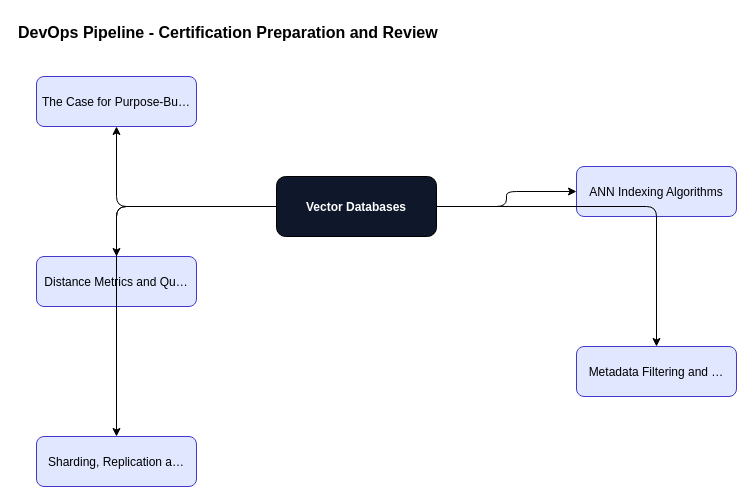
Above: content/vector-databases/vector-databases-foundations/diagrams/fig-033-devops-pipeline.drawio in ankit05121980/AI-University (draw.io), before the change. Source tidied: cells renumbered, new cells numbered last; positions are measured from the earlier drawing's top-left corner, leaving out a move shared by most shapes. Both pictures are drawn from the tidied source at 100%, with x=0, y=0 at pixel (16, 16).
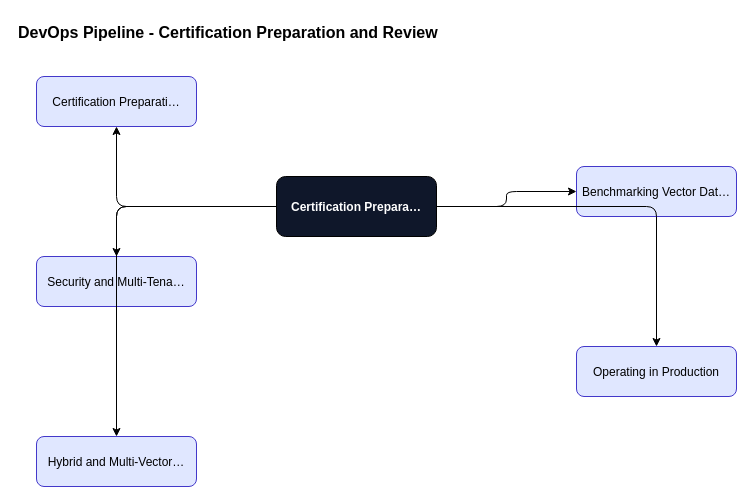
Above is the later version.

Change to the diagram source:
```diff
@@
 <mxGraphModel>
   <root>
     <mxCell id="0" />
     <mxCell id="1" parent="0" />
     <mxCell id="2" value="DevOps Pipeline - Certification Preparation and Review" style="text;fontSize=16;fontStyle=1;" parent="1" vertex="1">
       <mxGeometry width="600" height="30" as="geometry" />
     </mxCell>
-    <mxCell id="3" value="Vector Databases" style="rounded=1;fillColor=#0f172a;fontColor=#ffffff;fontStyle=1;" parent="1" vertex="1">
+    <mxCell id="3" value="Certification Prepara…" style="rounded=1;fillColor=#0f172a;fontColor=#ffffff;fontStyle=1;" parent="1" vertex="1">
       <mxGeometry x="260" y="160" width="160" height="60" as="geometry" />
     </mxCell>
-    <mxCell id="4" value="The Case for Purpose-Bu…" style="rounded=1;fillColor=#e0e7ff;strokeColor=#4338ca;" parent="1" vertex="1">
+    <mxCell id="4" value="Certification Preparati…" style="rounded=1;fillColor=#e0e7ff;strokeColor=#4338ca;" parent="1" vertex="1">
       <mxGeometry x="20" y="60" width="160" height="50" as="geometry" />
     </mxCell>
     <mxCell id="5" style="edgeStyle=orthogonalEdgeStyle;" parent="1" edge="1" source="3" target="4">
       <mxGeometry relative="1" as="geometry" />
     </mxCell>
-    <mxCell id="6" value="ANN Indexing Algorithms" style="rounded=1;fillColor=#e0e7ff;strokeColor=#4338ca;" parent="1" vertex="1">
+    <mxCell id="6" value="Benchmarking Vector Dat…" style="rounded=1;fillColor=#e0e7ff;strokeColor=#4338ca;" parent="1" vertex="1">
       <mxGeometry x="560" y="150" width="160" height="50" as="geometry" />
     </mxCell>
     <mxCell id="7" style="edgeStyle=orthogonalEdgeStyle;" parent="1" edge="1" source="3" target="6">
       <mxGeometry relative="1" as="geometry" />
     </mxCell>
-    <mxCell id="8" value="Distance Metrics and Qu…" style="rounded=1;fillColor=#e0e7ff;strokeColor=#4338ca;" parent="1" vertex="1">
+    <mxCell id="8" value="Security and Multi-Tena…" style="rounded=1;fillColor=#e0e7ff;strokeColor=#4338ca;" parent="1" vertex="1">
       <mxGeometry x="20" y="240" width="160" height="50" as="geometry" />
     </mxCell>
     <mxCell id="9" style="edgeStyle=orthogonalEdgeStyle;" parent="1" edge="1" source="3" target="8">
       <mxGeometry relative="1" as="geometry" />
     </mxCell>
-    <mxCell id="10" value="Metadata Filtering and …" style="rounded=1;fillColor=#e0e7ff;strokeColor=#4338ca;" parent="1" vertex="1">
+    <mxCell id="10" value="Operating in Production" style="rounded=1;fillColor=#e0e7ff;strokeColor=#4338ca;" parent="1" vertex="1">
       <mxGeometry x="560" y="330" width="160" height="50" as="geometry" />
     </mxCell>
     <mxCell id="11" style="edgeStyle=orthogonalEdgeStyle;" parent="1" edge="1" source="3" target="10">
       <mxGeometry relative="1" as="geometry" />
     </mxCell>
-    <mxCell id="12" value="Sharding, Replication a…" style="rounded=1;fillColor=#e0e7ff;strokeColor=#4338ca;" parent="1" vertex="1">
+    <mxCell id="12" value="Hybrid and Multi-Vector…" style="rounded=1;fillColor=#e0e7ff;strokeColor=#4338ca;" parent="1" vertex="1">
       <mxGeometry x="20" y="420" width="160" height="50" as="geometry" />
     </mxCell>
     <mxCell id="13" style="edgeStyle=orthogonalEdgeStyle;" parent="1" edge="1" source="3" target="12">
       <mxGeometry relative="1" as="geometry" />
     </mxCell>
   </root>
 </mxGraphModel>
```
